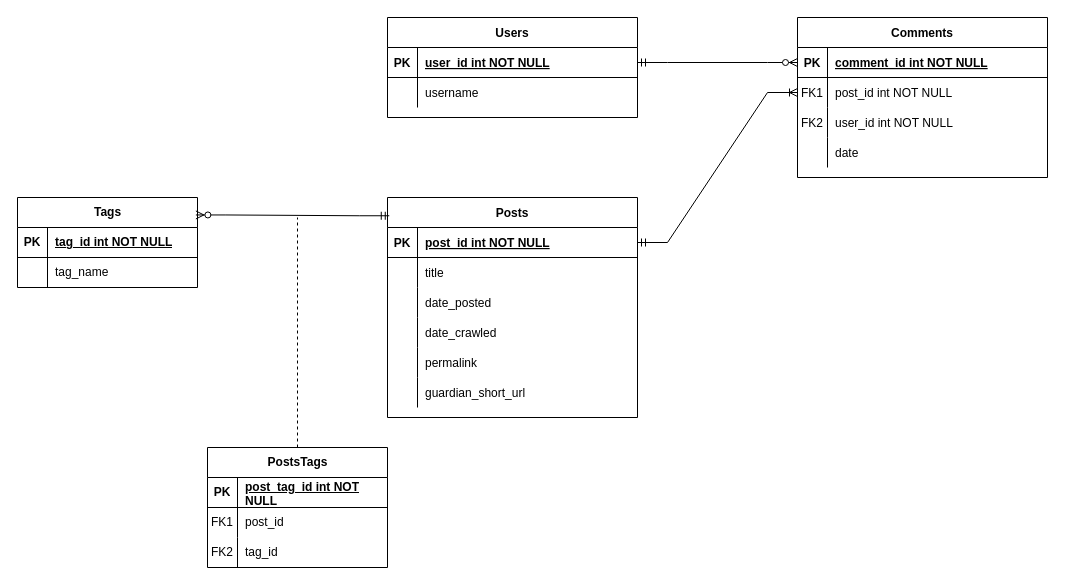
The draw.io diagram bdcb.drawio in PizzaMyHeart/diosketches, before the edit. Source tidied: cells renumbered, new cells numbered last; positions are measured from the earlier drawing's top-left corner, leaving out a move shared by most shapes. Both pictures are drawn from the tidied source at 100%, with x=0, y=0 at pixel (17, 17).
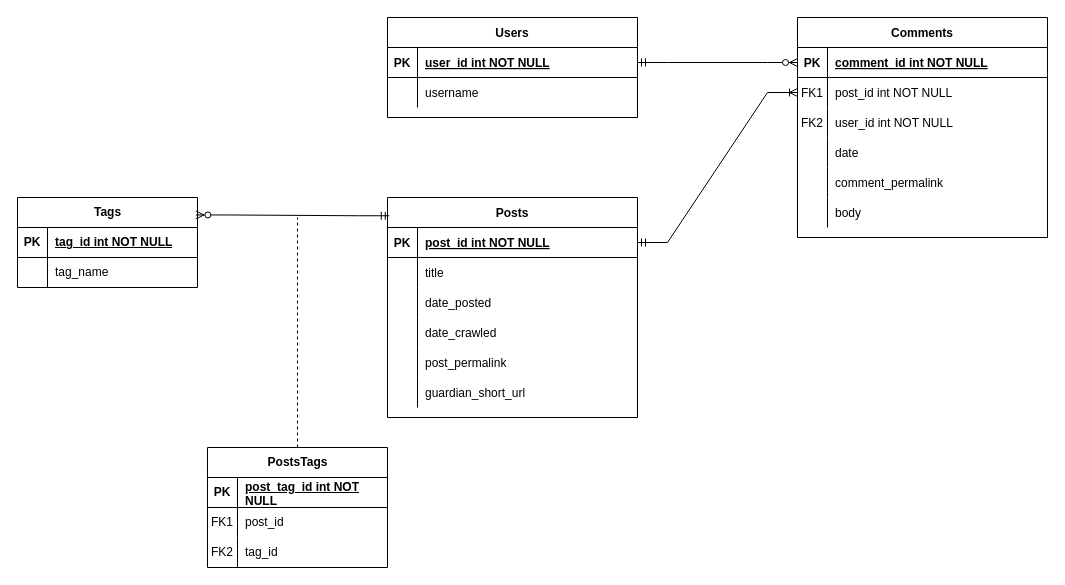
The same page after the edit.

Unchanged cells that the change refers to:
```xml
<mxCell id="35" style="shape=partialRectangle;fillColor=none;top=0;left=0;right=0;bottom=0;" parent="22" vertex="1">
  <mxGeometry y="150" width="250" height="30" as="geometry" />
</mxCell>
```

Change to the diagram source:
```diff
@@
     <mxCell id="2" value="Comments" style="shape=table;startSize=30;childLayout=tableLayout;rowLines=0;fontStyle=1;align=center;" parent="1" vertex="1">
-      <mxGeometry x="780" width="250" height="160" as="geometry" />
+      <mxGeometry x="780" width="250" height="220" as="geometry" />
     </mxCell>
@@
+    <mxCell id="62" style="shape=partialRectangle;fillColor=none;top=0;left=0;right=0;bottom=0;" parent="2" vertex="1">
+      <mxGeometry y="150" width="250" height="30" as="geometry" />
+    </mxCell>
+    <mxCell id="63" style="shape=partialRectangle;overflow=hidden;fillColor=none;top=0;left=0;bottom=0;right=0;" parent="62" vertex="1">
+      <mxGeometry width="30" height="30" as="geometry" />
+    </mxCell>
+    <mxCell id="64" value="comment_permalink" style="shape=partialRectangle;overflow=hidden;fillColor=none;top=0;left=0;bottom=0;right=0;align=left;spacingLeft=6;" parent="62" vertex="1">
+      <mxGeometry x="30" width="220" height="30" as="geometry" />
+    </mxCell>
+    <mxCell id="65" style="shape=partialRectangle;fillColor=none;top=0;left=0;right=0;bottom=0;" parent="2" vertex="1">
+      <mxGeometry y="180" width="250" height="30" as="geometry" />
+    </mxCell>
+    <mxCell id="66" style="shape=partialRectangle;overflow=hidden;fillColor=none;top=0;left=0;bottom=0;right=0;" parent="65" vertex="1">
+      <mxGeometry width="30" height="30" as="geometry" />
+    </mxCell>
+    <mxCell id="67" value="body" style="shape=partialRectangle;overflow=hidden;fillColor=none;top=0;left=0;bottom=0;right=0;align=left;spacingLeft=6;" parent="65" vertex="1">
+      <mxGeometry x="30" width="220" height="30" as="geometry" />
+    </mxCell>
@@
-    <mxCell id="37" value="permalink" style="shape=partialRectangle;overflow=hidden;fillColor=none;top=0;left=0;bottom=0;right=0;align=left;spacingLeft=6;" parent="35" vertex="1">
+    <mxCell id="37" value="post_permalink" style="shape=partialRectangle;overflow=hidden;fillColor=none;top=0;left=0;bottom=0;right=0;align=left;spacingLeft=6;" parent="35" vertex="1">
       <mxGeometry x="30" width="220" height="30" as="geometry" />
     </mxCell>
```
